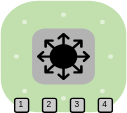
Before: Demo.drawio.svg, a diagram exported from draw.io (knotty-code/ether-forge). Source tidied: cells renumbered, new cells last; positions are measured from the earlier drawing's top-left corner, leaving out a move shared by most shapes.
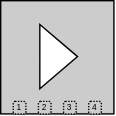
Above is the later version.

Commit message:
changed to basic chape

The edit, as a diff of the source:
```diff
@@ -2,20 +2,23 @@
   <root>
     <mxCell id="0" />
     <mxCell id="1" parent="0" />
-    <mxCell id="2" style="verticalLabelPosition=bottom;sketch=0;html=1;verticalAlign=top;align=center;shape=mxgraph.cisco_safe.compositeIcon;bgIcon=mxgraph.cisco_safe.architecture.generic_appliance;resIcon=mxgraph.cisco_safe.architecture.l3_switch;gradientColor=none;fillStyle=solid;fillColor=light-dark(#B3B3B3,#EDEDED);" parent="1" vertex="1">
-      <mxGeometry width="90" height="80" as="geometry" />
-    </mxCell>
-    <mxCell id="3" value="&lt;div style=&quot;&quot;&gt;&lt;span style=&quot;font-size: 6px; background-color: transparent; color: light-dark(rgb(0, 0, 0), rgb(255, 255, 255)); line-height: 70%;&quot;&gt;4&lt;/span&gt;&lt;/div&gt;" style="rounded=1;whiteSpace=wrap;html=1;align=center;verticalAlign=middle;horizontal=1;fontStyle=0;convertToSvg=0;spacingTop=-4;fillColor=#CCCCCC;fontColor=#333333;strokeColor=light-dark(#000000, #959595);fillStyle=solid;" parent="1" vertex="1">
-      <mxGeometry x="70" y="70" width="10" height="10" as="geometry" />
-    </mxCell>
+    <mxCell id="7" style="whiteSpace=wrap;html=1;fillColor=#CCCCCC;" parent="1" vertex="1">
+      <mxGeometry x="76" y="-8" width="81" height="81" as="geometry" />
+    </mxCell>
+    <mxCell id="8" style="triangle;whiteSpace=wrap;html=1;" parent="1" vertex="1">
+      <mxGeometry x="104" y="9" width="27" height="46" as="geometry" />
+    </mxCell>
-    <mxCell id="4" value="&lt;div style=&quot;&quot;&gt;&lt;span style=&quot;font-size: 6px; background-color: transparent; color: light-dark(rgb(0, 0, 0), rgb(255, 255, 255)); line-height: 70%;&quot;&gt;1&lt;/span&gt;&lt;/div&gt;" style="rounded=1;whiteSpace=wrap;html=1;align=center;verticalAlign=middle;horizontal=1;fontStyle=0;convertToSvg=0;spacingTop=-4;fillColor=#CCCCCC;fontColor=#333333;strokeColor=light-dark(#000000, #959595);fillStyle=solid;" parent="1" vertex="1">
-      <mxGeometry x="10" y="70" width="10" height="10" as="geometry" />
+    <mxCell id="4" value="&lt;div style=&quot;&quot;&gt;&lt;span style=&quot;font-size: 6px; background-color: transparent; color: light-dark(rgb(0, 0, 0), rgb(255, 255, 255)); line-height: 70%;&quot;&gt;1&lt;/span&gt;&lt;/div&gt;" style="rounded=1;whiteSpace=wrap;html=1;align=center;verticalAlign=middle;horizontal=1;fontStyle=0;convertToSvg=0;spacingTop=-4;fillColor=#CCCCCC;fontColor=#333333;strokeColor=default;fillStyle=solid;strokeWidth=1;dashed=1;dashPattern=1 1;" parent="1" vertex="1">
+      <mxGeometry x="85" y="64" width="9" height="9" as="geometry" />
     </mxCell>
-    <mxCell id="5" value="&lt;div style=&quot;&quot;&gt;&lt;span style=&quot;font-size: 6px; background-color: transparent; color: light-dark(rgb(0, 0, 0), rgb(255, 255, 255)); line-height: 70%;&quot;&gt;2&lt;/span&gt;&lt;/div&gt;" style="rounded=1;whiteSpace=wrap;html=1;align=center;verticalAlign=middle;horizontal=1;fontStyle=0;convertToSvg=0;spacingTop=-4;fillColor=#CCCCCC;fontColor=#333333;strokeColor=light-dark(#000000, #959595);fillStyle=solid;" parent="1" vertex="1">
-      <mxGeometry x="30" y="70" width="10" height="10" as="geometry" />
+    <mxCell id="5" value="&lt;div style=&quot;&quot;&gt;&lt;span style=&quot;font-size: 6px; background-color: transparent; color: light-dark(rgb(0, 0, 0), rgb(255, 255, 255)); line-height: 70%;&quot;&gt;2&lt;/span&gt;&lt;/div&gt;" style="rounded=1;whiteSpace=wrap;html=1;align=center;verticalAlign=middle;horizontal=1;fontStyle=0;convertToSvg=0;spacingTop=-4;fillColor=#CCCCCC;fontColor=#333333;strokeColor=default;fillStyle=solid;strokeWidth=1;dashed=1;dashPattern=1 1;" parent="1" vertex="1">
+      <mxGeometry x="103" y="64" width="9" height="9" as="geometry" />
     </mxCell>
+    <mxCell id="3" value="&lt;div style=&quot;&quot;&gt;&lt;span style=&quot;font-size: 6px; background-color: transparent; color: light-dark(rgb(0, 0, 0), rgb(255, 255, 255)); line-height: 70%;&quot;&gt;4&lt;/span&gt;&lt;/div&gt;" style="rounded=1;whiteSpace=wrap;html=1;align=center;verticalAlign=middle;horizontal=1;fontStyle=0;convertToSvg=0;spacingTop=-4;fillColor=#CCCCCC;fontColor=#333333;strokeColor=default;fillStyle=solid;strokeWidth=1;dashed=1;dashPattern=1 1;" parent="1" vertex="1">
+      <mxGeometry x="139" y="64" width="9" height="9" as="geometry" />
+    </mxCell>
-    <mxCell id="6" value="&lt;div style=&quot;&quot;&gt;&lt;span style=&quot;font-size: 6px; background-color: transparent; color: light-dark(rgb(0, 0, 0), rgb(255, 255, 255)); line-height: 70%;&quot;&gt;3&lt;/span&gt;&lt;/div&gt;" style="rounded=1;whiteSpace=wrap;html=1;align=center;verticalAlign=middle;horizontal=1;fontStyle=0;convertToSvg=0;spacingTop=-4;fillColor=#CCCCCC;fontColor=#333333;strokeColor=light-dark(#000000, #959595);fillStyle=solid;" parent="1" vertex="1">
-      <mxGeometry x="50" y="70" width="10" height="10" as="geometry" />
+    <mxCell id="6" value="&lt;div style=&quot;&quot;&gt;&lt;span style=&quot;font-size: 6px; background-color: transparent; color: light-dark(rgb(0, 0, 0), rgb(255, 255, 255)); line-height: 70%;&quot;&gt;3&lt;/span&gt;&lt;/div&gt;" style="rounded=1;whiteSpace=wrap;html=1;align=center;verticalAlign=middle;horizontal=1;fontStyle=0;convertToSvg=0;spacingTop=-4;fillColor=#CCCCCC;fontColor=#333333;strokeColor=default;fillStyle=solid;strokeWidth=1;dashed=1;dashPattern=1 1;" parent="1" vertex="1">
+      <mxGeometry x="121" y="64" width="9" height="9" as="geometry" />
     </mxCell>
   </root>
 </mxGraphModel>
```
